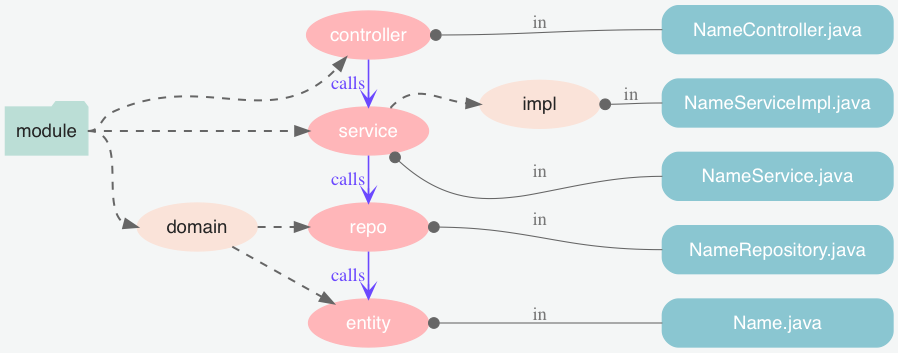
Earlier version of the Graphviz export static/image/2019/07/spring-mvc-module.png (Jeanhwea/jeanhwea.github.io). Its source is kept beside it as static/image/2019/07/spring-mvc-module.dot.
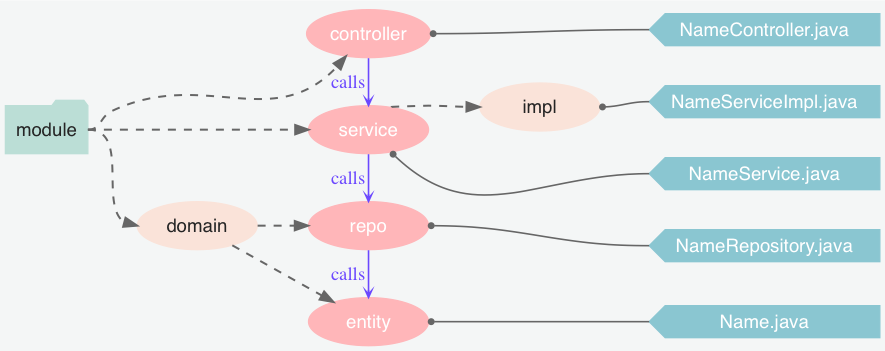
Later version of the same file.

The edit, as a diff of the source:
```diff
@@ -24,7 +24,7 @@
   domain -> repository;
   service:ne -> service_impl:w;
 
-  node[shape=Mrecord, style=filled, color="#8ac6d1", fontcolor="#ffffff", width=2.4];
+  node[shape=cds, orientation=180, style=filled, color="#8ac6d1", fontcolor="#ffffff", width=2.4];
   {
     rank="same";
     Name[label="Name.java"];
@@ -34,7 +34,7 @@
     NameController[label="NameController.java"];
   }
 
-  edge[shape=dot, style=solid, label="in", dir=back, arrowtail="dot", penwidth=0.8];
+  edge[shape=dot, style=solid, dir=back, arrowtail="dot", arrowsize=0.5, penwidth=1.2];
   {
     entity:e -> Name:w;
     repository:e -> NameRepository:w;
```
